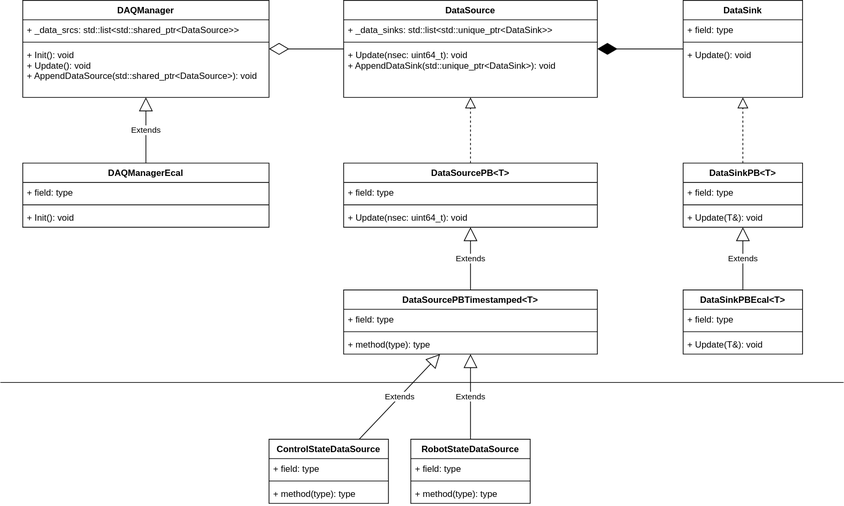
Before: doc/dtDAQ.drawio.svg, a diagram exported from draw.io (sangyobe/dtCore). Source tidied: cells renumbered, new cells last; positions are measured from the earlier drawing's top-left corner, leaving out a move shared by most shapes.
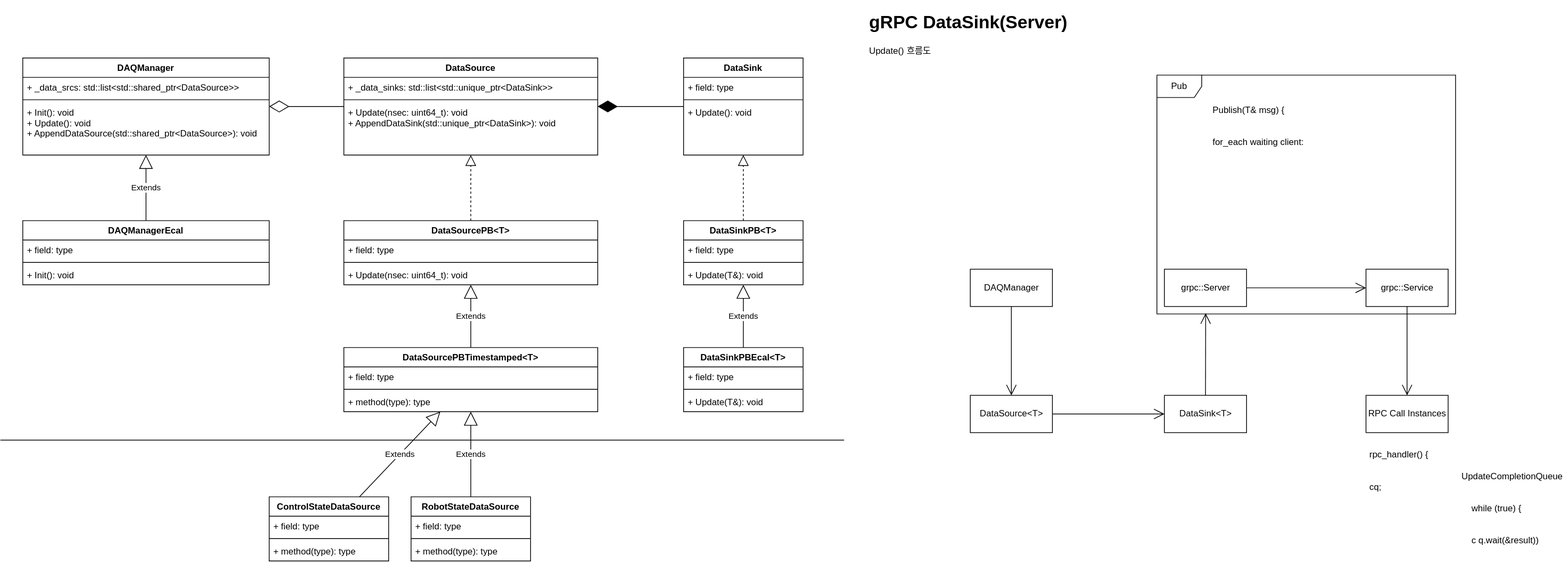
Above is the later version.

Commit message:
on implementing grpc server.

Diff of the diagram source:
```diff
@@ -2,6 +2,9 @@
   <root>
     <mxCell id="0" />
     <mxCell id="1" parent="0" />
+    <mxCell id="52" value="Pub" style="shape=umlFrame;whiteSpace=wrap;html=1;" parent="1" vertex="1">
+      <mxGeometry x="1549" y="23" width="400" height="320" as="geometry" />
+    </mxCell>
     <mxCell id="2" value="RobotStateDataSource" style="swimlane;fontStyle=1;align=center;verticalAlign=top;horizontal=1;startSize=26;" parent="1" vertex="1">
       <mxGeometry x="550" y="588" width="160" height="86" as="geometry" />
     </mxCell>
@@ -152,5 +155,47 @@
     <mxCell id="51" style="line;strokeWidth=1;fillColor=none;align=left;verticalAlign=middle;spacingTop=-1;spacingLeft=3;spacingRight=3;labelPosition=right;strokeColor=inherit;" parent="1" vertex="1">
       <mxGeometry y="508" width="1130" height="8" as="geometry" />
     </mxCell>
+    <mxCell id="53" value="DataSource&amp;lt;T&amp;gt;" style="html=1;" parent="1" vertex="1">
+      <mxGeometry x="1299" y="452" width="110" height="50" as="geometry" />
+    </mxCell>
+    <mxCell id="54" value="DataSink&amp;lt;T&amp;gt;" style="html=1;" parent="1" vertex="1">
+      <mxGeometry x="1559" y="452" width="110" height="50" as="geometry" />
+    </mxCell>
+    <mxCell id="55" value="DAQManager" style="html=1;" parent="1" vertex="1">
+      <mxGeometry x="1299" y="283" width="110" height="50" as="geometry" />
+    </mxCell>
+    <mxCell id="56" value="grpc::Server" style="html=1;" parent="1" vertex="1">
+      <mxGeometry x="1559" y="283" width="110" height="50" as="geometry" />
+    </mxCell>
+    <mxCell id="57" value="grpc::Service" style="html=1;" parent="1" vertex="1">
+      <mxGeometry x="1829" y="283" width="110" height="50" as="geometry" />
+    </mxCell>
+    <mxCell id="58" value="RPC Call Instances" style="html=1;" parent="1" vertex="1">
+      <mxGeometry x="1829" y="452" width="110" height="50" as="geometry" />
+    </mxCell>
+    <mxCell id="59" style="endArrow=open;endFill=1;endSize=12;html=1;" parent="1" edge="1" source="56" target="57">
+      <mxGeometry relative="1" as="geometry" />
+    </mxCell>
+    <mxCell id="60" style="endArrow=open;endFill=1;endSize=12;html=1;entryX=0.163;entryY=0.997;entryDx=0;entryDy=0;entryPerimeter=0;" parent="1" edge="1" source="54" target="52">
+      <mxGeometry relative="1" as="geometry" />
+    </mxCell>
+    <mxCell id="61" style="endArrow=open;endFill=1;endSize=12;html=1;" parent="1" edge="1" source="57" target="58">
+      <mxGeometry relative="1" as="geometry" />
+    </mxCell>
+    <mxCell id="62" style="endArrow=open;endFill=1;endSize=12;html=1;" parent="1" edge="1" source="55" target="53">
+      <mxGeometry relative="1" as="geometry" />
+    </mxCell>
+    <mxCell id="63" style="endArrow=open;endFill=1;endSize=12;html=1;" parent="1" edge="1" source="53" target="54">
+      <mxGeometry relative="1" as="geometry" />
+    </mxCell>
+    <mxCell id="64" value="&lt;h1&gt;gRPC DataSink(Server)&lt;/h1&gt;&lt;p&gt;Update() 흐름도&lt;/p&gt;" style="text;html=1;strokeColor=none;fillColor=none;spacing=5;spacingTop=-20;whiteSpace=wrap;overflow=hidden;rounded=0;" parent="1" vertex="1">
+      <mxGeometry x="1159" y="-67" width="290" height="120" as="geometry" />
+    </mxCell>
+    <mxCell id="65" value="&lt;h1 style=&quot;font-size: 13px;&quot;&gt;&lt;br style=&quot;&quot;&gt;&lt;/h1&gt;&lt;div&gt;&lt;span style=&quot;background-color: initial; font-size: 12px; font-weight: normal;&quot;&gt;Publish(T&amp;amp; msg) {&lt;/span&gt;&lt;/div&gt;&lt;div&gt;&lt;span style=&quot;background-color: initial; font-size: 12px; font-weight: normal;&quot;&gt;&lt;span style=&quot;white-space: pre;&quot;&gt;&#9;&lt;/span&gt;for_each waiting client:&lt;br&gt;&lt;/span&gt;&lt;/div&gt;&lt;div&gt;&lt;span style=&quot;background-color: initial; font-size: 12px; font-weight: normal;&quot;&gt;&lt;span style=&quot;white-space: pre;&quot;&gt;&#9;&lt;/span&gt;&lt;span style=&quot;white-space: pre;&quot;&gt;&#9;&lt;/span&gt;write(msg);&lt;br&gt;&lt;/span&gt;&lt;/div&gt;&lt;div&gt;&lt;span style=&quot;background-color: initial; font-size: 12px; font-weight: normal;&quot;&gt;&lt;span style=&quot;white-space: pre;&quot;&gt;&#9;&lt;/span&gt;&lt;span style=&quot;white-space: pre;&quot;&gt;&#9;&lt;/span&gt;set result;&lt;br&gt;&lt;/span&gt;&lt;/div&gt;&lt;div&gt;&lt;span style=&quot;background-color: initial; font-size: 12px; font-weight: normal;&quot;&gt;&lt;span style=&quot;white-space: pre;&quot;&gt;&#9;&lt;/span&gt;&lt;span style=&quot;white-space: pre;&quot;&gt;&#9;&lt;/span&gt;signal client;&lt;br&gt;&lt;/span&gt;&lt;/div&gt;&lt;div&gt;&lt;span style=&quot;background-color: initial; font-size: 12px; font-weight: normal;&quot;&gt;}&lt;/span&gt;&lt;/div&gt;" style="text;html=1;strokeColor=none;fillColor=none;spacing=5;spacingTop=-20;whiteSpace=wrap;overflow=hidden;rounded=0;" parent="1" vertex="1">
+      <mxGeometry x="1619" y="40" width="190" height="120" as="geometry" />
+    </mxCell>
+    <mxCell id="66" value="&lt;h1 style=&quot;font-size: 13px;&quot;&gt;&lt;br style=&quot;&quot;&gt;&lt;/h1&gt;&lt;div&gt;&lt;span style=&quot;background-color: initial; font-size: 12px; font-weight: normal;&quot;&gt;rpc_handler() {&lt;/span&gt;&lt;/div&gt;&lt;div&gt;&lt;span style=&quot;background-color: initial; white-space: pre;&quot;&gt;&#9;&lt;/span&gt;&lt;span style=&quot;background-color: initial;&quot;&gt;UpdateCompletionQueue cq;&lt;/span&gt;&lt;br&gt;&lt;/div&gt;&lt;div&gt;&lt;span style=&quot;background-color: initial;&quot;&gt;&lt;span style=&quot;white-space: pre;&quot;&gt;&#9;&lt;/span&gt;while (true) {&lt;/span&gt;&lt;/div&gt;&lt;div&gt;&lt;span style=&quot;background-color: initial;&quot;&gt;&lt;span style=&quot;white-space: pre;&quot;&gt;&#9;&lt;/span&gt;&lt;span style=&quot;white-space: pre;&quot;&gt;&#9;&lt;/span&gt;c&lt;/span&gt;&lt;span style=&quot;background-color: initial;&quot;&gt;q.wait(&amp;amp;result))&lt;/span&gt;&lt;/div&gt;&lt;div&gt;&lt;span style=&quot;background-color: initial; font-size: 12px; font-weight: normal;&quot;&gt;&lt;span style=&quot;white-space: pre;&quot;&gt;&lt;span style=&quot;white-space: pre;&quot;&gt;&#9;&lt;/span&gt;&lt;span style=&quot;white-space: pre;&quot;&gt;&#9;&lt;/span&gt;&lt;/span&gt;if (result == Error)&lt;br&gt;&lt;/span&gt;&lt;/div&gt;&lt;div&gt;&lt;span style=&quot;background-color: initial; font-size: 12px; font-weight: normal;&quot;&gt;&lt;span style=&quot;white-space: pre;&quot;&gt;&#9;&lt;/span&gt;&lt;span style=&quot;white-space: pre;&quot;&gt;&#9;&lt;span style=&quot;white-space: pre;&quot;&gt;&#9;&lt;/span&gt;&lt;/span&gt;break;&lt;br&gt;&lt;/span&gt;&lt;/div&gt;&lt;div&gt;&lt;span style=&quot;background-color: initial; font-size: 12px; font-weight: normal;&quot;&gt;&lt;span style=&quot;white-space: pre;&quot;&gt;&#9;&lt;/span&gt;}&lt;br&gt;&lt;/span&gt;&lt;/div&gt;&lt;div&gt;&lt;span style=&quot;background-color: initial; font-size: 12px; font-weight: normal;&quot;&gt;}&lt;/span&gt;&lt;/div&gt;" style="text;html=1;strokeColor=none;fillColor=none;spacing=5;spacingTop=-20;whiteSpace=wrap;overflow=hidden;rounded=0;" parent="1" vertex="1">
+      <mxGeometry x="1829" y="502" width="270" height="170" as="geometry" />
+    </mxCell>
   </root>
 </mxGraphModel>
```
